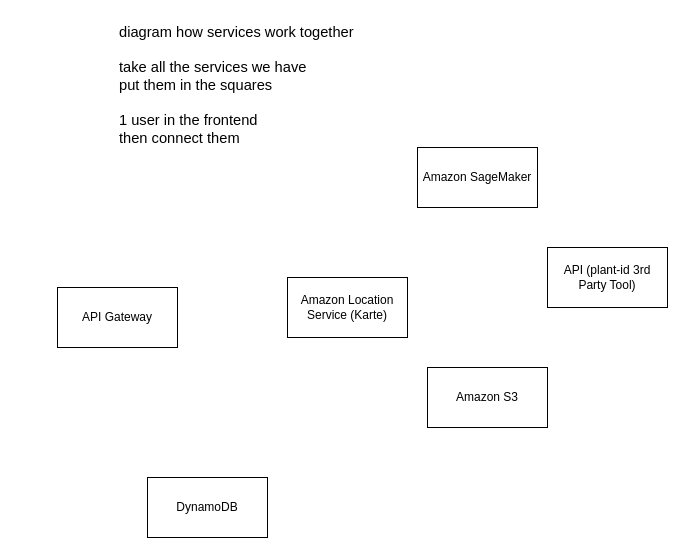
This is pollenwatch.drawio from adriennhorvath/architecture, a draw.io file, before an edit. Source tidied: cells renumbered, new cells numbered last; positions are measured from the earlier drawing's top-left corner, leaving out a move shared by most shapes. Both pictures are drawn from the tidied source at 100%, with x=0, y=0 at pixel (57, 17).
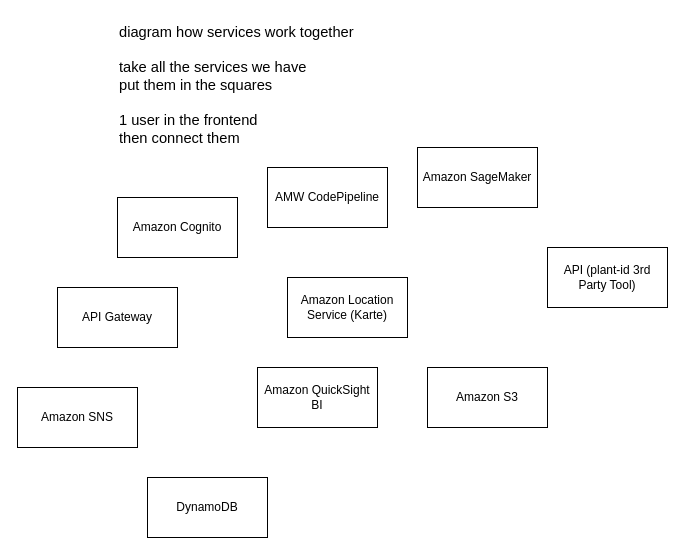
Above is the later version.

What changed in the source:
```diff
@@
 <mxGraphModel>
   <root>
     <mxCell id="0" />
     <mxCell id="1" parent="0" />
     <mxCell id="2" value="&lt;font face=&quot;Arial, sans-serif&quot;&gt;&lt;span style=&quot;font-size: 14.666667px; white-space-collapse: preserve;&quot;&gt;diagram how services work together&lt;/span&gt;&lt;/font&gt;&lt;div&gt;&lt;font face=&quot;Arial, sans-serif&quot;&gt;&lt;span style=&quot;font-size: 14.666667px; white-space-collapse: preserve;&quot;&gt;&lt;br&gt;&lt;/span&gt;&lt;/font&gt;&lt;/div&gt;&lt;div&gt;&lt;font face=&quot;Arial, sans-serif&quot;&gt;&lt;span style=&quot;font-size: 14.666667px; white-space-collapse: preserve;&quot;&gt;take all the services we have&lt;/span&gt;&lt;/font&gt;&lt;/div&gt;&lt;div&gt;&lt;font face=&quot;Arial, sans-serif&quot;&gt;&lt;span style=&quot;font-size: 14.666667px; white-space-collapse: preserve;&quot;&gt;put them in the squares&lt;/span&gt;&lt;/font&gt;&lt;/div&gt;&lt;div&gt;&lt;font face=&quot;Arial, sans-serif&quot;&gt;&lt;span style=&quot;font-size: 14.666667px; white-space-collapse: preserve;&quot;&gt;&lt;br&gt;&lt;/span&gt;&lt;/font&gt;&lt;/div&gt;&lt;div&gt;&lt;font face=&quot;Arial, sans-serif&quot;&gt;&lt;span style=&quot;font-size: 14.666667px; white-space-collapse: preserve;&quot;&gt;1 user in the frontend&lt;/span&gt;&lt;/font&gt;&lt;/div&gt;&lt;div&gt;&lt;font face=&quot;Arial, sans-serif&quot;&gt;&lt;span style=&quot;font-size: 14.666667px; white-space-collapse: preserve;&quot;&gt;then connect them&lt;/span&gt;&lt;/font&gt;&lt;/div&gt;" style="text;whiteSpace=wrap;html=1;" parent="1" vertex="1">
       <mxGeometry x="60" width="560" height="140" as="geometry" />
     </mxCell>
     <mxCell id="3" value="Amazon Location Service (Karte)" style="rounded=0;whiteSpace=wrap;html=1;" parent="1" vertex="1">
       <mxGeometry x="230" y="260" width="120" height="60" as="geometry" />
     </mxCell>
     <mxCell id="4" value="API Gateway" style="rounded=0;whiteSpace=wrap;html=1;" parent="1" vertex="1">
       <mxGeometry y="270" width="120" height="60" as="geometry" />
     </mxCell>
     <mxCell id="5" value="DynamoDB" style="rounded=0;whiteSpace=wrap;html=1;" parent="1" vertex="1">
       <mxGeometry x="90" y="460" width="120" height="60" as="geometry" />
     </mxCell>
     <mxCell id="6" value="Amazon S3" style="rounded=0;whiteSpace=wrap;html=1;" parent="1" vertex="1">
       <mxGeometry x="370" y="350" width="120" height="60" as="geometry" />
     </mxCell>
     <mxCell id="7" value="API (plant-id 3rd Party Tool)" style="rounded=0;whiteSpace=wrap;html=1;" parent="1" vertex="1">
       <mxGeometry x="490" y="230" width="120" height="60" as="geometry" />
     </mxCell>
     <mxCell id="8" value="Amazon SageMaker" style="rounded=0;whiteSpace=wrap;html=1;" parent="1" vertex="1">
       <mxGeometry x="360" y="130" width="120" height="60" as="geometry" />
     </mxCell>
+    <mxCell id="9" value="Amazon Cognito" style="rounded=0;whiteSpace=wrap;html=1;" parent="1" vertex="1">
+      <mxGeometry x="60" y="180" width="120" height="60" as="geometry" />
+    </mxCell>
+    <mxCell id="10" value="Amazon SNS" style="rounded=0;whiteSpace=wrap;html=1;" parent="1" vertex="1">
+      <mxGeometry x="-40" y="370" width="120" height="60" as="geometry" />
+    </mxCell>
+    <mxCell id="11" value="Amazon QuickSight BI" style="rounded=0;whiteSpace=wrap;html=1;" parent="1" vertex="1">
+      <mxGeometry x="200" y="350" width="120" height="60" as="geometry" />
+    </mxCell>
+    <mxCell id="12" value="AMW CodePipeline" style="rounded=0;whiteSpace=wrap;html=1;" parent="1" vertex="1">
+      <mxGeometry x="210" y="150" width="120" height="60" as="geometry" />
+    </mxCell>
   </root>
 </mxGraphModel>
```
